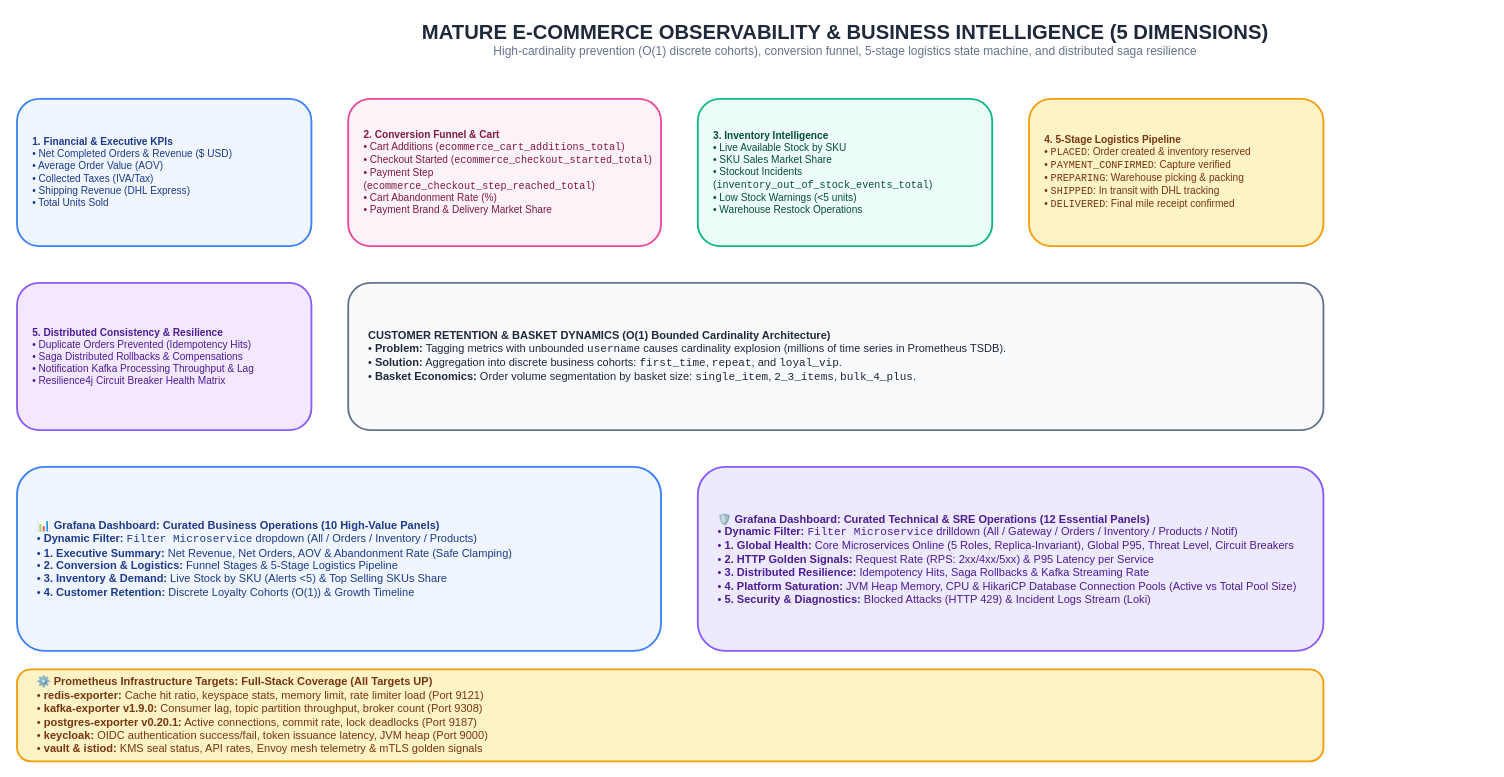
Above: page "8. Mature E-Commerce Observability Architecture" (8 of 12) of docs/Diagrams.drawio in GeorgeGxx/microservices-architecture (draw.io), before the change. Source tidied: cells renumbered, new cells numbered last; positions are measured from the earlier drawing's top-left corner, leaving out a move shared by most shapes. Both pictures are drawn from the tidied source at 92%, with x=0, y=0 at pixel (17, 16).
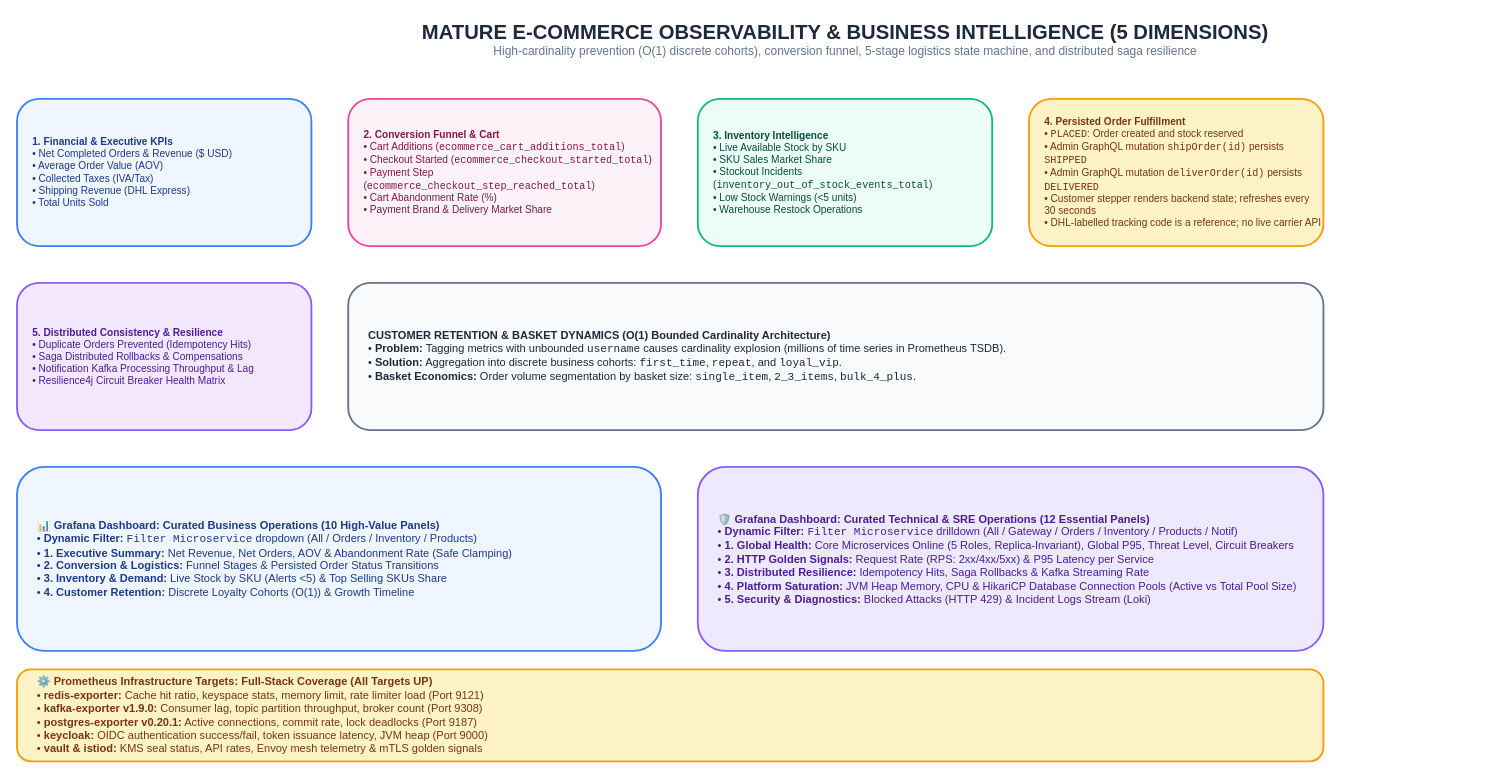
The same page after the edit.

Change to the diagram source:
```diff
@@
 <mxGraphModel>
   <root>
     <mxCell id="0" />
     <mxCell id="1" parent="0" />
     <mxCell id="2" value="&lt;b style='font-size:22px;color:#1E293B;'&gt;MATURE E-COMMERCE OBSERVABILITY &amp; BUSINESS INTELLIGENCE (5 DIMENSIONS)&lt;/b&gt;&lt;br&gt;&lt;span style='font-size:13px;color:#64748B;'&gt;High-cardinality prevention (O(1) discrete cohorts), conversion funnel, 5-stage logistics state machine, and distributed saga resilience&lt;/span&gt;" style="text;html=1;align=center;verticalAlign=middle;rounded=0;" parent="1" vertex="1">
       <mxGeometry x="200" width="1400" height="50" as="geometry" />
     </mxCell>
     <mxCell id="3" value="&lt;b&gt;1. Financial &amp; Executive KPIs&lt;/b&gt;&lt;br&gt;• Net Completed Orders &amp; Revenue ($ USD)&lt;br&gt;• Average Order Value (AOV)&lt;br&gt;• Collected Taxes (IVA/Tax)&lt;br&gt;• Shipping Revenue (DHL Express)&lt;br&gt;• Total Units Sold" style="rounded=1;whiteSpace=wrap;html=1;fillColor=#EFF6FF;strokeColor=#3B82F6;strokeWidth=2;fontColor=#1E3A8A;fontSize=11;align=left;spacingLeft=15;" parent="1" vertex="1">
       <mxGeometry y="90" width="320" height="160" as="geometry" />
     </mxCell>
     <mxCell id="4" value="&lt;b&gt;2. Conversion Funnel &amp; Cart&lt;/b&gt;&lt;br&gt;• Cart Additions (&lt;code&gt;ecommerce_cart_additions_total&lt;/code&gt;)&lt;br&gt;• Checkout Started (&lt;code&gt;ecommerce_checkout_started_total&lt;/code&gt;)&lt;br&gt;• Payment Step (&lt;code&gt;ecommerce_checkout_step_reached_total&lt;/code&gt;)&lt;br&gt;• Cart Abandonment Rate (%)&lt;br&gt;• Payment Brand &amp; Delivery Market Share" style="rounded=1;whiteSpace=wrap;html=1;fillColor=#FDF2F8;strokeColor=#EC4899;strokeWidth=2;fontColor=#831843;fontSize=11;align=left;spacingLeft=15;" parent="1" vertex="1">
       <mxGeometry x="360" y="90" width="340" height="160" as="geometry" />
     </mxCell>
     <mxCell id="5" value="&lt;b&gt;3. Inventory Intelligence&lt;/b&gt;&lt;br&gt;• Live Available Stock by SKU&lt;br&gt;• SKU Sales Market Share&lt;br&gt;• Stockout Incidents (&lt;code&gt;inventory_out_of_stock_events_total&lt;/code&gt;)&lt;br&gt;• Low Stock Warnings (&amp;lt;5 units)&lt;br&gt;• Warehouse Restock Operations" style="rounded=1;whiteSpace=wrap;html=1;fillColor=#ECFDF5;strokeColor=#10B981;strokeWidth=2;fontColor=#064E3B;fontSize=11;align=left;spacingLeft=15;" parent="1" vertex="1">
       <mxGeometry x="740" y="90" width="320" height="160" as="geometry" />
     </mxCell>
-    <mxCell id="6" value="&lt;b&gt;4. 5-Stage Logistics Pipeline&lt;/b&gt;&lt;br&gt;• &lt;code&gt;PLACED&lt;/code&gt;: Order created &amp; inventory reserved&lt;br&gt;• &lt;code&gt;PAYMENT_CONFIRMED&lt;/code&gt;: Capture verified&lt;br&gt;• &lt;code&gt;PREPARING&lt;/code&gt;: Warehouse picking &amp; packing&lt;br&gt;• &lt;code&gt;SHIPPED&lt;/code&gt;: In transit with DHL tracking&lt;br&gt;• &lt;code&gt;DELIVERED&lt;/code&gt;: Final mile receipt confirmed" style="rounded=1;whiteSpace=wrap;html=1;fillColor=#FEF3C7;strokeColor=#F59E0B;strokeWidth=2;fontColor=#78350F;fontSize=11;align=left;spacingLeft=15;" parent="1" vertex="1">
+    <mxCell id="6" value="&lt;b&gt;4. Persisted Order Fulfillment&lt;/b&gt;&lt;br&gt;• &lt;code&gt;PLACED&lt;/code&gt;: Order created and stock reserved&lt;br&gt;• Admin GraphQL mutation &lt;code&gt;shipOrder(id)&lt;/code&gt; persists &lt;code&gt;SHIPPED&lt;/code&gt;&lt;br&gt;• Admin GraphQL mutation &lt;code&gt;deliverOrder(id)&lt;/code&gt; persists &lt;code&gt;DELIVERED&lt;/code&gt;&lt;br&gt;• Customer stepper renders backend state; refreshes every 30 seconds&lt;br&gt;• DHL-labelled tracking code is a reference; no live carrier API" style="rounded=1;whiteSpace=wrap;html=1;fillColor=#FEF3C7;strokeColor=#F59E0B;strokeWidth=2;fontColor=#78350F;fontSize=11;align=left;spacingLeft=15;" parent="1" vertex="1">
       <mxGeometry x="1100" y="90" width="320" height="160" as="geometry" />
     </mxCell>
     <mxCell id="7" value="&lt;b&gt;5. Distributed Consistency &amp; Resilience&lt;/b&gt;&lt;br&gt;• Duplicate Orders Prevented (Idempotency Hits)&lt;br&gt;• Saga Distributed Rollbacks &amp; Compensations&lt;br&gt;• Notification Kafka Processing Throughput &amp; Lag&lt;br&gt;• Resilience4j Circuit Breaker Health Matrix" style="rounded=1;whiteSpace=wrap;html=1;fillColor=#F3E8FF;strokeColor=#8B5CF6;strokeWidth=2;fontColor=#4C1D95;fontSize=11;align=left;spacingLeft=15;" parent="1" vertex="1">
       <mxGeometry y="290" width="320" height="160" as="geometry" />
     </mxCell>
     <mxCell id="8" value="&lt;b&gt;CUSTOMER RETENTION &amp; BASKET DYNAMICS (O(1) Bounded Cardinality Architecture)&lt;/b&gt;&lt;br&gt;• &lt;b&gt;Problem:&lt;/b&gt; Tagging metrics with unbounded &lt;code&gt;username&lt;/code&gt; causes cardinality explosion (millions of time series in Prometheus TSDB).&lt;br&gt;• &lt;b&gt;Solution:&lt;/b&gt; Aggregation into discrete business cohorts: &lt;code&gt;first_time&lt;/code&gt;, &lt;code&gt;repeat&lt;/code&gt;, and &lt;code&gt;loyal_vip&lt;/code&gt;.&lt;br&gt;• &lt;b&gt;Basket Economics:&lt;/b&gt; Order volume segmentation by basket size: &lt;code&gt;single_item&lt;/code&gt;, &lt;code&gt;2_3_items&lt;/code&gt;, &lt;code&gt;bulk_4_plus&lt;/code&gt;." style="rounded=1;whiteSpace=wrap;html=1;fillColor=#F8FAFC;strokeColor=#64748B;strokeWidth=2;fontColor=#1E293B;fontSize=12;align=left;spacingLeft=20;" parent="1" vertex="1">
       <mxGeometry x="360" y="290" width="1060" height="160" as="geometry" />
     </mxCell>
-    <mxCell id="9" value="&lt;b&gt;📊 Grafana Dashboard: Curated Business Operations (10 High-Value Panels)&lt;/b&gt;&lt;br&gt;• &lt;b&gt;Dynamic Filter:&lt;/b&gt; &lt;code&gt;Filter Microservice&lt;/code&gt; dropdown (All / Orders / Inventory / Products)&lt;br&gt;• &lt;b&gt;1. Executive Summary:&lt;/b&gt; Net Revenue, Net Orders, AOV &amp; Abandonment Rate (Safe Clamping)&lt;br&gt;• &lt;b&gt;2. Conversion &amp; Logistics:&lt;/b&gt; Funnel Stages &amp; 5-Stage Logistics Pipeline&lt;br&gt;• &lt;b&gt;3. Inventory &amp; Demand:&lt;/b&gt; Live Stock by SKU (Alerts &amp;lt;5) &amp; Top Selling SKUs Share&lt;br&gt;• &lt;b&gt;4. Customer Retention:&lt;/b&gt; Discrete Loyalty Cohorts (O(1)) &amp; Growth Timeline" style="rounded=1;whiteSpace=wrap;html=1;fillColor=#EFF6FF;strokeColor=#3B82F6;strokeWidth=2;fontColor=#1E3A8A;fontSize=12;align=left;spacingLeft=20;" parent="1" vertex="1">
+    <mxCell id="9" value="&lt;b&gt;📊 Grafana Dashboard: Curated Business Operations (10 High-Value Panels)&lt;/b&gt;&lt;br&gt;• &lt;b&gt;Dynamic Filter:&lt;/b&gt; &lt;code&gt;Filter Microservice&lt;/code&gt; dropdown (All / Orders / Inventory / Products)&lt;br&gt;• &lt;b&gt;1. Executive Summary:&lt;/b&gt; Net Revenue, Net Orders, AOV &amp; Abandonment Rate (Safe Clamping)&lt;br&gt;• &lt;b&gt;2. Conversion &amp; Logistics:&lt;/b&gt; Funnel Stages &amp; Persisted Order Status Transitions&lt;br&gt;• &lt;b&gt;3. Inventory &amp; Demand:&lt;/b&gt; Live Stock by SKU (Alerts &amp;lt;5) &amp; Top Selling SKUs Share&lt;br&gt;• &lt;b&gt;4. Customer Retention:&lt;/b&gt; Discrete Loyalty Cohorts (O(1)) &amp; Growth Timeline" style="rounded=1;whiteSpace=wrap;html=1;fillColor=#EFF6FF;strokeColor=#3B82F6;strokeWidth=2;fontColor=#1E3A8A;fontSize=12;align=left;spacingLeft=20;" parent="1" vertex="1">
       <mxGeometry y="490" width="700" height="200" as="geometry" />
     </mxCell>
     <mxCell id="10" value="&lt;b&gt;🛡️ Grafana Dashboard: Curated Technical &amp; SRE Operations (12 Essential Panels)&lt;/b&gt;&lt;br&gt;• &lt;b&gt;Dynamic Filter:&lt;/b&gt; &lt;code&gt;Filter Microservice&lt;/code&gt; drilldown (All / Gateway / Orders / Inventory / Products / Notif)&lt;br&gt;• &lt;b&gt;1. Global Health:&lt;/b&gt; Core Microservices Online (5 Roles, Replica-Invariant), Global P95, Threat Level, Circuit Breakers&lt;br&gt;• &lt;b&gt;2. HTTP Golden Signals:&lt;/b&gt; Request Rate (RPS: 2xx/4xx/5xx) &amp; P95 Latency per Service&lt;br&gt;• &lt;b&gt;3. Distributed Resilience:&lt;/b&gt; Idempotency Hits, Saga Rollbacks &amp; Kafka Streaming Rate&lt;br&gt;• &lt;b&gt;4. Platform Saturation:&lt;/b&gt; JVM Heap Memory, CPU &amp; HikariCP Database Connection Pools (Active vs Total Pool Size)&lt;br&gt;• &lt;b&gt;5. Security &amp; Diagnostics:&lt;/b&gt; Blocked Attacks (HTTP 429) &amp; Incident Logs Stream (Loki)" style="rounded=1;whiteSpace=wrap;html=1;fillColor=#EDE9FE;strokeColor=#8B5CF6;strokeWidth=2;fontColor=#4C1D95;fontSize=12;align=left;spacingLeft=20;" parent="1" vertex="1">
       <mxGeometry x="740" y="490" width="680" height="200" as="geometry" />
     </mxCell>
     <mxCell id="11" value="&lt;b&gt;⚙️ Prometheus Infrastructure Targets: Full-Stack Coverage (All Targets UP)&lt;/b&gt;&lt;br&gt;• &lt;b&gt;redis-exporter:&lt;/b&gt; Cache hit ratio, keyspace stats, memory limit, rate limiter load (Port 9121)&lt;br&gt;• &lt;b&gt;kafka-exporter v1.9.0:&lt;/b&gt; Consumer lag, topic partition throughput, broker count (Port 9308)&lt;br&gt;• &lt;b&gt;postgres-exporter v0.20.1:&lt;/b&gt; Active connections, commit rate, lock deadlocks (Port 9187)&lt;br&gt;• &lt;b&gt;keycloak:&lt;/b&gt; OIDC authentication success/fail, token issuance latency, JVM heap (Port 9000)&lt;br&gt;• &lt;b&gt;vault &amp; istiod:&lt;/b&gt; KMS seal status, API rates, Envoy mesh telemetry &amp; mTLS golden signals" style="rounded=1;whiteSpace=wrap;html=1;fillColor=#FEF3C7;strokeColor=#F59E0B;strokeWidth=2;fontColor=#78350F;fontSize=12;align=left;spacingLeft=20;" parent="1" vertex="1">
       <mxGeometry y="710" width="1420" height="100" as="geometry" />
     </mxCell>
   </root>
 </mxGraphModel>
```
